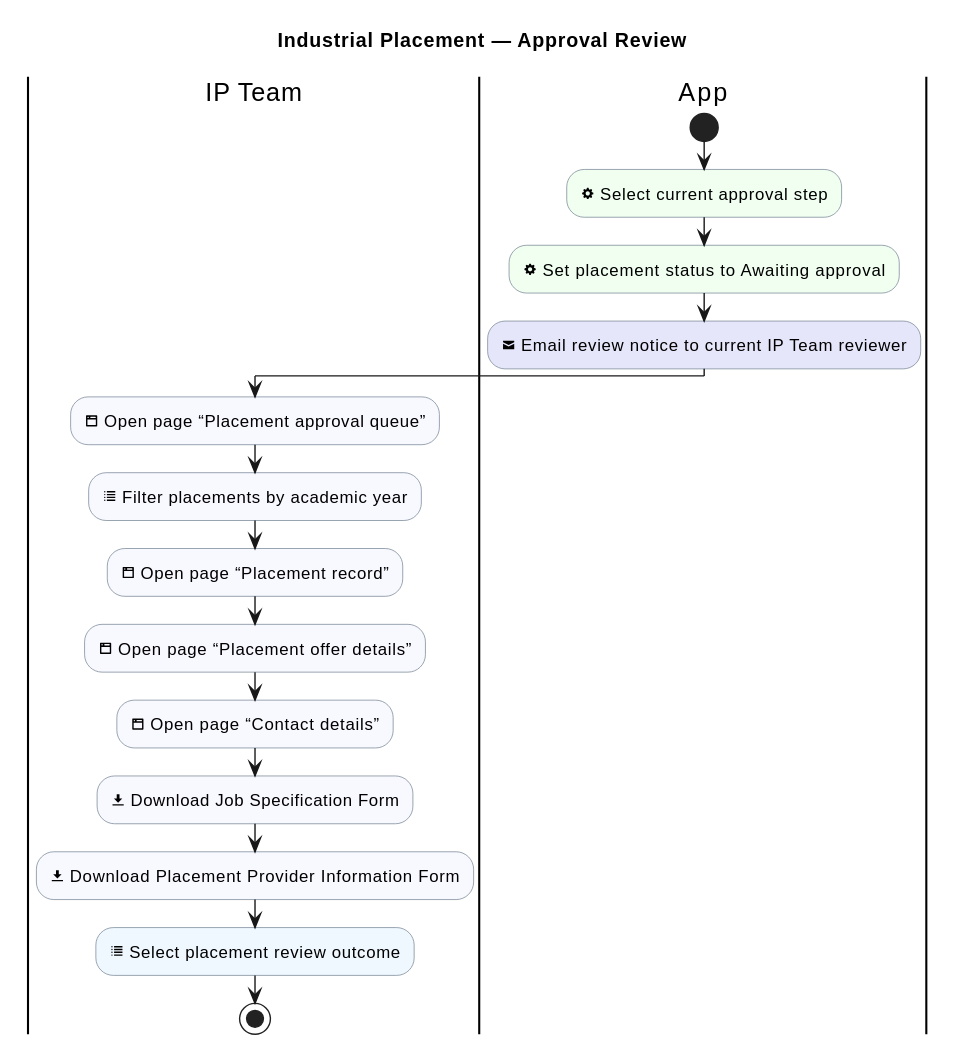
Before: industrial-placement-group-project/diagrams/industrial-placement/approval-review.svg, a diagram exported from PlantUML (sdflkjssl/sdflkjssl.github.io).
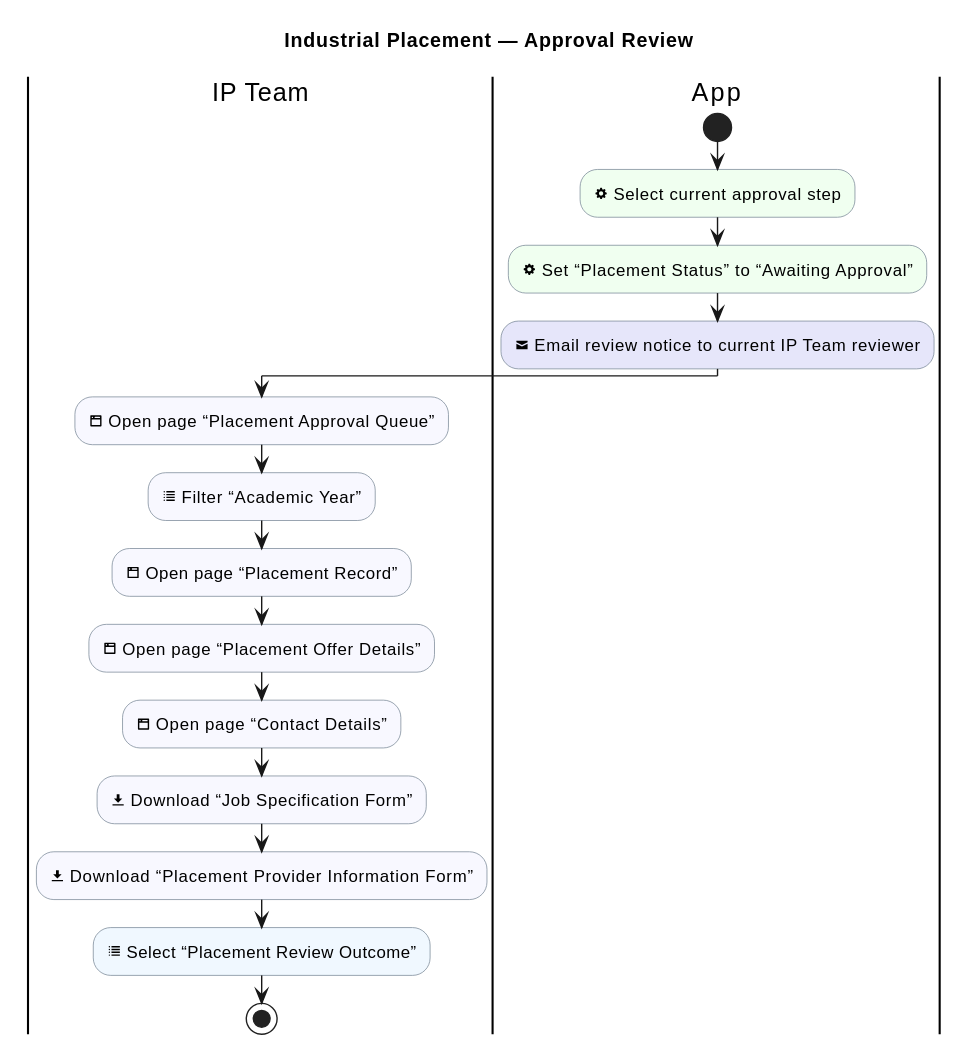
Above is the later version.

What changed in the source:
```diff
@@ -13,17 +13,17 @@
 |App|
 start
 :<&cog> Select current approval step; <<#HoneyDew>>
-:<&cog> Set placement status to Awaiting approval; <<#HoneyDew>>
+:<&cog> Set “Placement Status” to “Awaiting Approval”; <<#HoneyDew>>
 :<&envelope-closed> Email review notice to current IP Team reviewer; <<#Lavender>>
 
 |IP Team|
-:<&browser> Open page “Placement approval queue”; <<#GhostWhite>>
-:<&list> Filter placements by academic year; <<#GhostWhite>>
-:<&browser> Open page “Placement record”; <<#GhostWhite>>
-:<&browser> Open page “Placement offer details”; <<#GhostWhite>>
-:<&browser> Open page “Contact details”; <<#GhostWhite>>
-:<&data-transfer-download> Download Job Specification Form; <<#GhostWhite>>
-:<&data-transfer-download> Download Placement Provider Information Form; <<#GhostWhite>>
-:<&list> Select placement review outcome; <<#AliceBlue>>
+:<&browser> Open page “Placement Approval Queue”; <<#GhostWhite>>
+:<&list> Filter “Academic Year”; <<#GhostWhite>>
+:<&browser> Open page “Placement Record”; <<#GhostWhite>>
+:<&browser> Open page “Placement Offer Details”; <<#GhostWhite>>
+:<&browser> Open page “Contact Details”; <<#GhostWhite>>
+:<&data-transfer-download> Download “Job Specification Form”; <<#GhostWhite>>
+:<&data-transfer-download> Download “Placement Provider Information Form”; <<#GhostWhite>>
+:<&list> Select “Placement Review Outcome”; <<#AliceBlue>>
 stop
 @enduml
```
